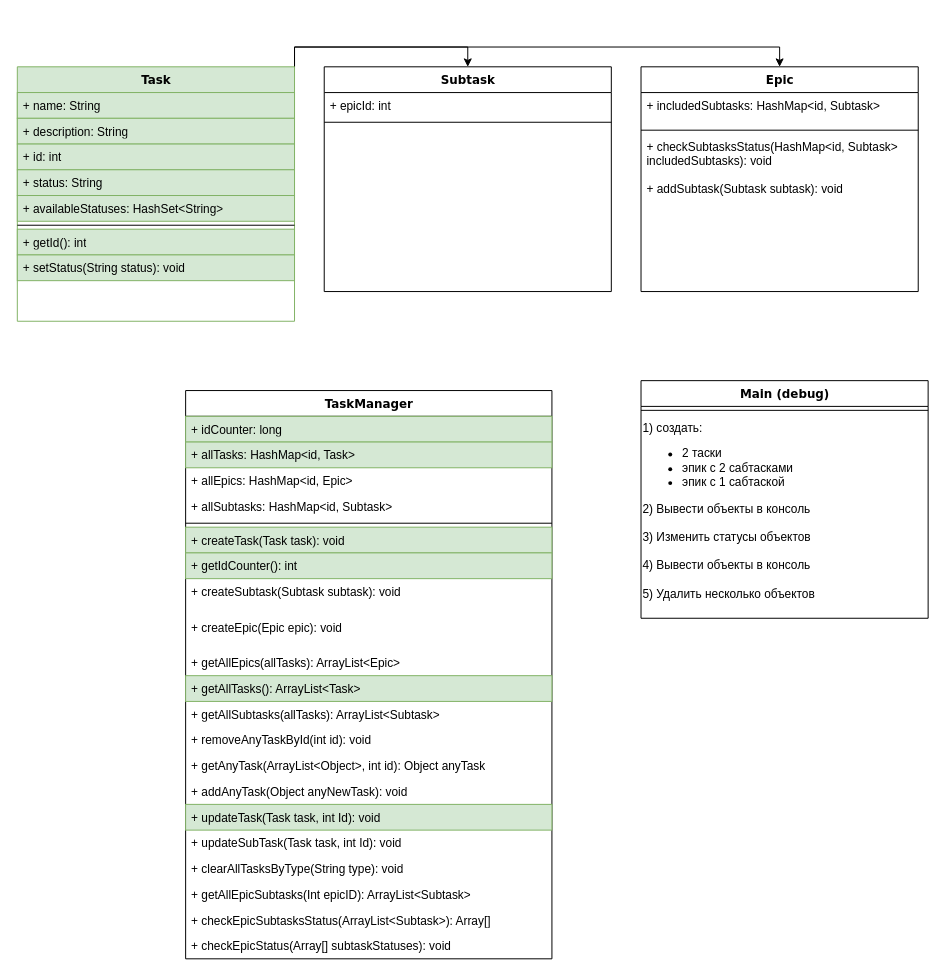
c0m14/java-kanban keeps this draw.io diagram as Kanban_project.drawio. Above is the earlier version. Source tidied: cells renumbered, new cells numbered last; positions are measured from the earlier drawing's top-left corner, leaving out a move shared by most shapes. Both pictures are drawn from the tidied source at 99%, with x=0, y=0 at pixel (17, 66).
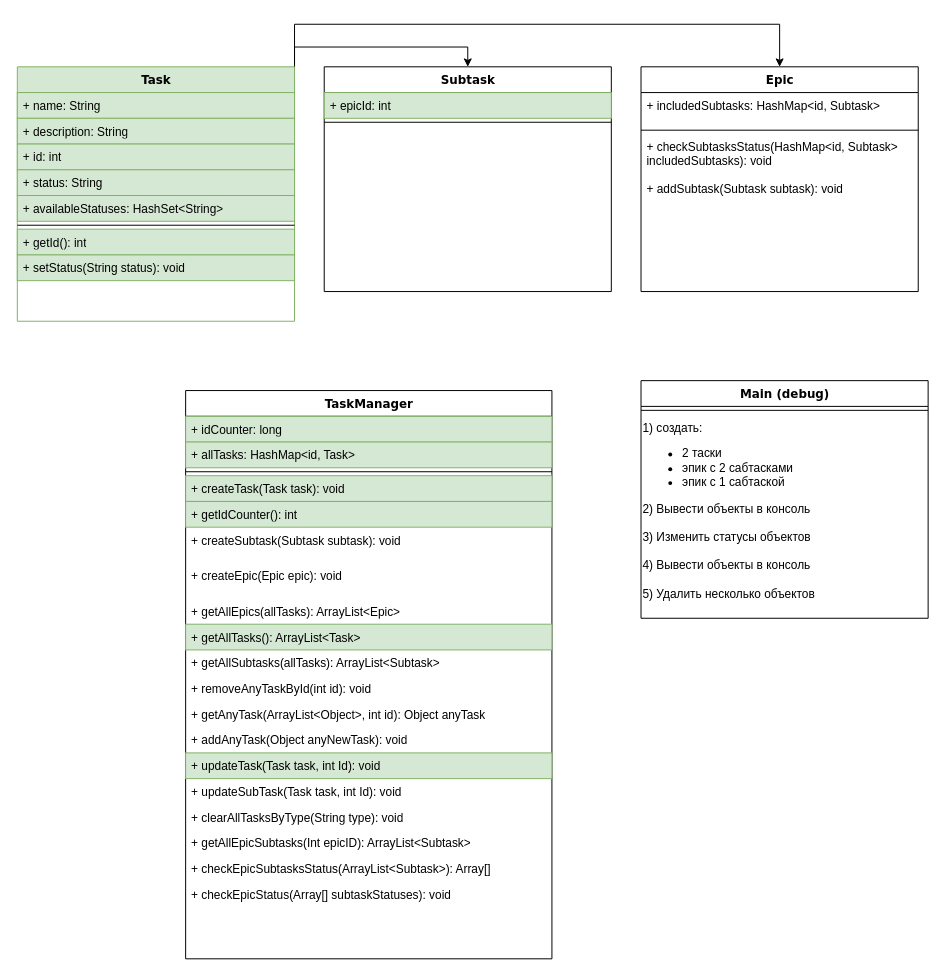
Above is the later version.

Commit message (it also covers changes not shown here):
Реализовать класс Epic

The change refers to these unchanged cells:
```xml
<mxCell id="4" value="Task" style="swimlane;html=1;fontStyle=1;align=center;verticalAlign=top;horizontal=1;startSize=26;swimlaneFillColor=#ffffff;rounded=0;shadow=0;comic=0;labelBackgroundColor=none;strokeWidth=1;fillColor=#d5e8d4;fontFamily=Verdana;fontSize=12;strokeColor=#82b366;" parent="1" vertex="1">
  <mxGeometry width="280" height="257" as="geometry" />
</mxCell>
<mxCell id="13" value="Subtask" style="swimlane;html=1;fontStyle=1;align=center;verticalAlign=top;horizontal=1;startSize=26;swimlaneFillColor=#ffffff;rounded=0;shadow=0;comic=0;labelBackgroundColor=none;strokeWidth=1;fillColor=none;fontFamily=Verdana;fontSize=12;" parent="1" vertex="1">
  <mxGeometry x="310" width="290" height="227" as="geometry" />
</mxCell>
<mxCell id="16" value="Epic" style="swimlane;html=1;fontStyle=1;align=center;verticalAlign=top;horizontal=1;startSize=26;swimlaneFillColor=#ffffff;rounded=0;shadow=0;comic=0;labelBackgroundColor=none;strokeWidth=1;fillColor=none;fontFamily=Verdana;fontSize=12;" parent="1" vertex="1">
  <mxGeometry x="630" width="280" height="227" as="geometry" />
</mxCell>
<mxCell id="21" value="TaskManager" style="swimlane;html=1;fontStyle=1;align=center;verticalAlign=top;horizontal=1;startSize=26;swimlaneFillColor=#ffffff;rounded=0;shadow=0;comic=0;labelBackgroundColor=none;strokeWidth=1;fillColor=none;fontFamily=Verdana;fontSize=12;" parent="1" vertex="1">
  <mxGeometry x="170" y="327" width="370" height="574" as="geometry" />
</mxCell>
```

Change to the diagram source:
```diff
@@
     <mxCell id="3" style="edgeStyle=orthogonalEdgeStyle;rounded=0;jettySize=auto;html=1;exitX=1;exitY=0;exitDx=0;exitDy=0;entryX=0.5;entryY=0;entryDx=0;entryDy=0;" parent="1" edge="1" source="4" target="16">
-      <mxGeometry relative="1" as="geometry" />
+      <mxGeometry relative="1" as="geometry">
+        <Array as="points">
+          <mxPoint x="280" y="-43" />
+          <mxPoint x="770" y="-43" />
+        </Array>
+      </mxGeometry>
     </mxCell>
@@
-    <mxCell id="14" value="+ epicId: int" style="text;html=1;strokeColor=none;fillColor=none;align=left;verticalAlign=top;spacingLeft=4;spacingRight=4;whiteSpace=wrap;overflow=hidden;" parent="13" vertex="1">
+    <mxCell id="14" value="+ epicId: int" style="text;html=1;strokeColor=#82b366;fillColor=#d5e8d4;align=left;verticalAlign=top;spacingLeft=4;spacingRight=4;whiteSpace=wrap;overflow=hidden;" parent="13" vertex="1">
       <mxGeometry y="26" width="290" height="26" as="geometry" />
     </mxCell>
@@
-    <mxCell id="24" value="+ allEpics: HashMap&amp;lt;id, Epic&amp;gt;" style="text;html=1;strokeColor=none;fillColor=none;align=left;verticalAlign=top;spacingLeft=4;spacingRight=4;whiteSpace=wrap;overflow=hidden;" parent="21" vertex="1">
-      <mxGeometry y="78" width="370" height="26" as="geometry" />
-    </mxCell>
-    <mxCell id="25" value="+ allSubtasks: HashMap&amp;lt;id, Subtask&amp;gt;" style="text;html=1;strokeColor=none;fillColor=none;align=left;verticalAlign=top;spacingLeft=4;spacingRight=4;whiteSpace=wrap;overflow=hidden;" parent="21" vertex="1">
-      <mxGeometry y="104" width="370" height="26" as="geometry" />
-    </mxCell>
     <mxCell id="26" style="line;html=1;strokeWidth=1;fillColor=none;align=left;verticalAlign=middle;spacingTop=-1;spacingLeft=3;spacingRight=3;labelPosition=right;" parent="21" vertex="1">
-      <mxGeometry y="130" width="370" height="8" as="geometry" />
+      <mxGeometry y="78" width="370" height="8" as="geometry" />
     </mxCell>
     <mxCell id="27" value="+ createTask(Task task): void" style="text;html=1;align=left;verticalAlign=top;spacingLeft=4;spacingRight=4;whiteSpace=wrap;overflow=hidden;fillColor=#d5e8d4;strokeColor=#82b366;" parent="21" vertex="1">
-      <mxGeometry y="138" width="370" height="26" as="geometry" />
+      <mxGeometry y="86" width="370" height="26" as="geometry" />
     </mxCell>
     <mxCell id="28" value="+ getIdCounter(): int" style="text;html=1;align=left;verticalAlign=top;spacingLeft=4;spacingRight=4;whiteSpace=wrap;overflow=hidden;fillColor=#d5e8d4;strokeColor=#82b366;" parent="21" vertex="1">
-      <mxGeometry y="164" width="370" height="26" as="geometry" />
+      <mxGeometry y="112" width="370" height="26" as="geometry" />
     </mxCell>
     <mxCell id="29" value="+ createSubtask(Subtask subtask): void" style="text;html=1;strokeColor=none;fillColor=none;align=left;verticalAlign=top;spacingLeft=4;spacingRight=4;whiteSpace=wrap;overflow=hidden;" parent="21" vertex="1">
-      <mxGeometry y="190" width="370" height="36" as="geometry" />
+      <mxGeometry y="138" width="370" height="36" as="geometry" />
     </mxCell>
     <mxCell id="30" value="+ createEpic(Epic epic): void" style="text;html=1;strokeColor=none;fillColor=none;align=left;verticalAlign=top;spacingLeft=4;spacingRight=4;whiteSpace=wrap;overflow=hidden;" parent="21" vertex="1">
-      <mxGeometry y="226" width="370" height="36" as="geometry" />
+      <mxGeometry y="174" width="370" height="36" as="geometry" />
     </mxCell>
     <mxCell id="31" value="+ getAllEpics(allTasks): ArrayList&amp;lt;Epic&amp;gt;" style="text;html=1;strokeColor=none;fillColor=none;align=left;verticalAlign=top;spacingLeft=4;spacingRight=4;whiteSpace=wrap;overflow=hidden;" parent="21" vertex="1">
-      <mxGeometry y="262" width="370" height="26" as="geometry" />
+      <mxGeometry y="210" width="370" height="26" as="geometry" />
     </mxCell>
     <mxCell id="32" value="+ getAllTasks(): ArrayList&amp;lt;Task&amp;gt;" style="text;html=1;strokeColor=#82b366;fillColor=#d5e8d4;align=left;verticalAlign=top;spacingLeft=4;spacingRight=4;whiteSpace=wrap;overflow=hidden;" parent="21" vertex="1">
-      <mxGeometry y="288" width="370" height="26" as="geometry" />
+      <mxGeometry y="236" width="370" height="26" as="geometry" />
     </mxCell>
     <mxCell id="33" value="+ getAllSubtasks(allTasks): ArrayList&amp;lt;Subtask&amp;gt;" style="text;html=1;strokeColor=none;fillColor=none;align=left;verticalAlign=top;spacingLeft=4;spacingRight=4;whiteSpace=wrap;overflow=hidden;" parent="21" vertex="1">
-      <mxGeometry y="314" width="370" height="26" as="geometry" />
+      <mxGeometry y="262" width="370" height="26" as="geometry" />
     </mxCell>
     <mxCell id="34" value="+ removeAnyTaskById(int id): void" style="text;html=1;strokeColor=none;fillColor=none;align=left;verticalAlign=top;spacingLeft=4;spacingRight=4;whiteSpace=wrap;overflow=hidden;" parent="21" vertex="1">
-      <mxGeometry y="340" width="370" height="26" as="geometry" />
+      <mxGeometry y="288" width="370" height="26" as="geometry" />
     </mxCell>
     <mxCell id="35" value="+ getAnyTask(ArrayList&amp;lt;Object&amp;gt;, int id): Object anyTask" style="text;html=1;strokeColor=none;fillColor=none;align=left;verticalAlign=top;spacingLeft=4;spacingRight=4;whiteSpace=wrap;overflow=hidden;" parent="21" vertex="1">
-      <mxGeometry y="366" width="370" height="26" as="geometry" />
+      <mxGeometry y="314" width="370" height="26" as="geometry" />
     </mxCell>
     <mxCell id="36" value="+ addAnyTask(Object anyNewTask): void" style="text;html=1;strokeColor=none;fillColor=none;align=left;verticalAlign=top;spacingLeft=4;spacingRight=4;whiteSpace=wrap;overflow=hidden;" parent="21" vertex="1">
-      <mxGeometry y="392" width="370" height="26" as="geometry" />
+      <mxGeometry y="340" width="370" height="26" as="geometry" />
     </mxCell>
     <mxCell id="37" value="+ updateTask(Task task, int Id): void" style="text;html=1;strokeColor=#82b366;fillColor=#d5e8d4;align=left;verticalAlign=top;spacingLeft=4;spacingRight=4;whiteSpace=wrap;overflow=hidden;" parent="21" vertex="1">
-      <mxGeometry y="418" width="370" height="26" as="geometry" />
+      <mxGeometry y="366" width="370" height="26" as="geometry" />
     </mxCell>
     <mxCell id="38" value="+ updateSubTask(Task task, int Id): void" style="text;html=1;strokeColor=none;fillColor=none;align=left;verticalAlign=top;spacingLeft=4;spacingRight=4;whiteSpace=wrap;overflow=hidden;" parent="21" vertex="1">
-      <mxGeometry y="444" width="370" height="26" as="geometry" />
+      <mxGeometry y="392" width="370" height="26" as="geometry" />
     </mxCell>
     <mxCell id="39" value="+ clearAllTasksByType(String type): void" style="text;html=1;strokeColor=none;fillColor=none;align=left;verticalAlign=top;spacingLeft=4;spacingRight=4;whiteSpace=wrap;overflow=hidden;" parent="21" vertex="1">
-      <mxGeometry y="470" width="370" height="26" as="geometry" />
+      <mxGeometry y="418" width="370" height="26" as="geometry" />
     </mxCell>
     <mxCell id="40" value="+ getAllEpicSubtasks(Int epicID): ArrayList&amp;lt;Subtask&amp;gt;" style="text;html=1;strokeColor=none;fillColor=none;align=left;verticalAlign=top;spacingLeft=4;spacingRight=4;whiteSpace=wrap;overflow=hidden;" parent="21" vertex="1">
-      <mxGeometry y="496" width="370" height="26" as="geometry" />
+      <mxGeometry y="444" width="370" height="26" as="geometry" />
     </mxCell>
     <mxCell id="41" value="+ checkEpicSubtasksStatus(ArrayList&amp;lt;Subtask&amp;gt;): Array[]" style="text;html=1;strokeColor=none;fillColor=none;align=left;verticalAlign=top;spacingLeft=4;spacingRight=4;whiteSpace=wrap;overflow=hidden;" parent="21" vertex="1">
-      <mxGeometry y="522" width="370" height="26" as="geometry" />
+      <mxGeometry y="470" width="370" height="26" as="geometry" />
     </mxCell>
     <mxCell id="42" value="+ checkEpicStatus(Array[] subtaskStatuses): void" style="text;html=1;align=left;verticalAlign=top;spacingLeft=4;spacingRight=4;whiteSpace=wrap;overflow=hidden;" parent="21" vertex="1">
-      <mxGeometry y="548" width="370" height="26" as="geometry" />
+      <mxGeometry y="496" width="370" height="26" as="geometry" />
     </mxCell>
```
